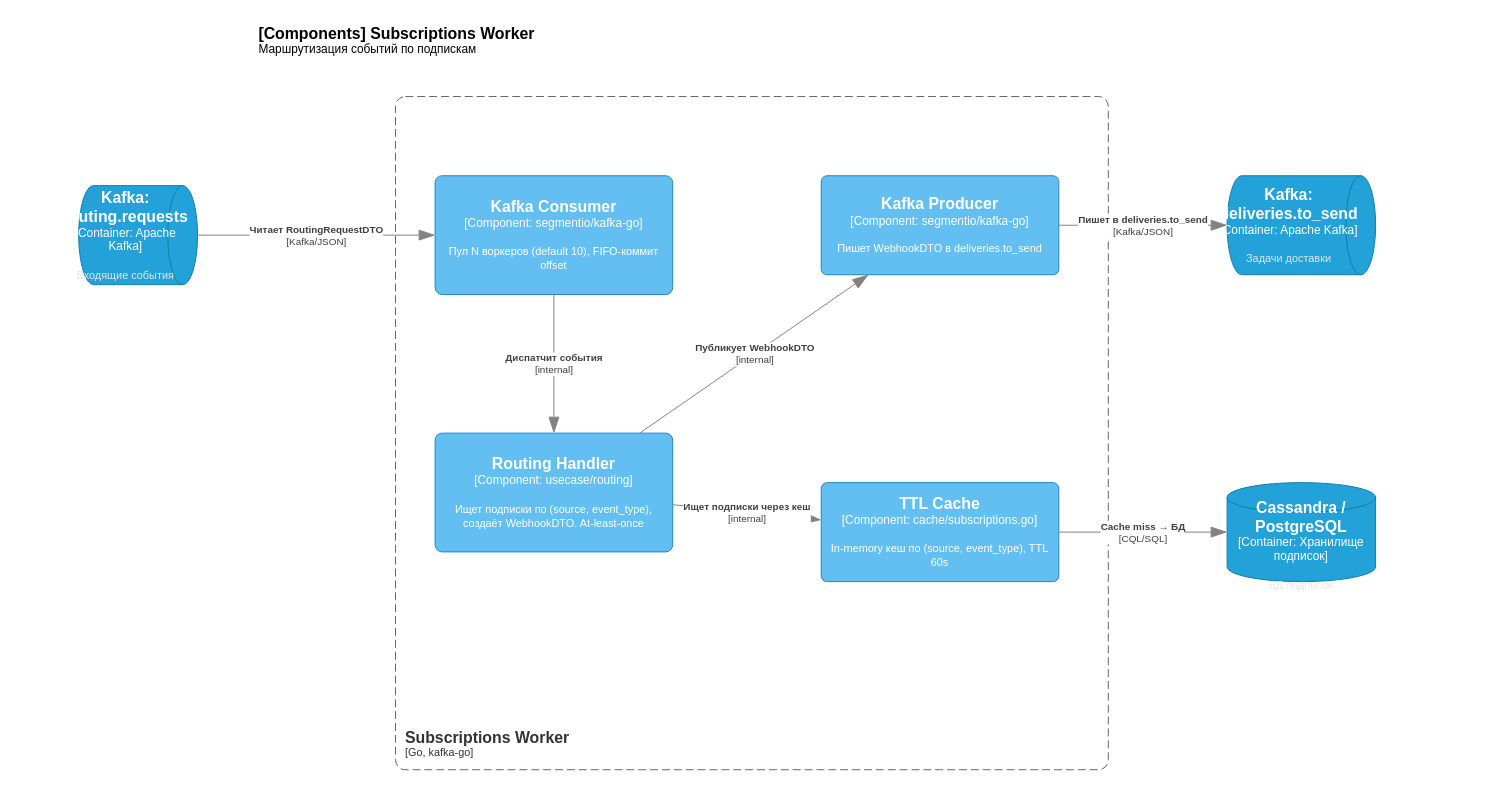
Before: page "Components - Subscriptions Worker" (4 of 5) of docs/resources/c4-arch.drawio in dws-1-2026-green/wiki, a draw.io diagram. Source tidied: cells renumbered, new cells numbered last; positions are measured from the earlier drawing's top-left corner, leaving out a move shared by most shapes. Both pictures are drawn from the tidied source at 99%, with x=0, y=0 at pixel (78, 17).
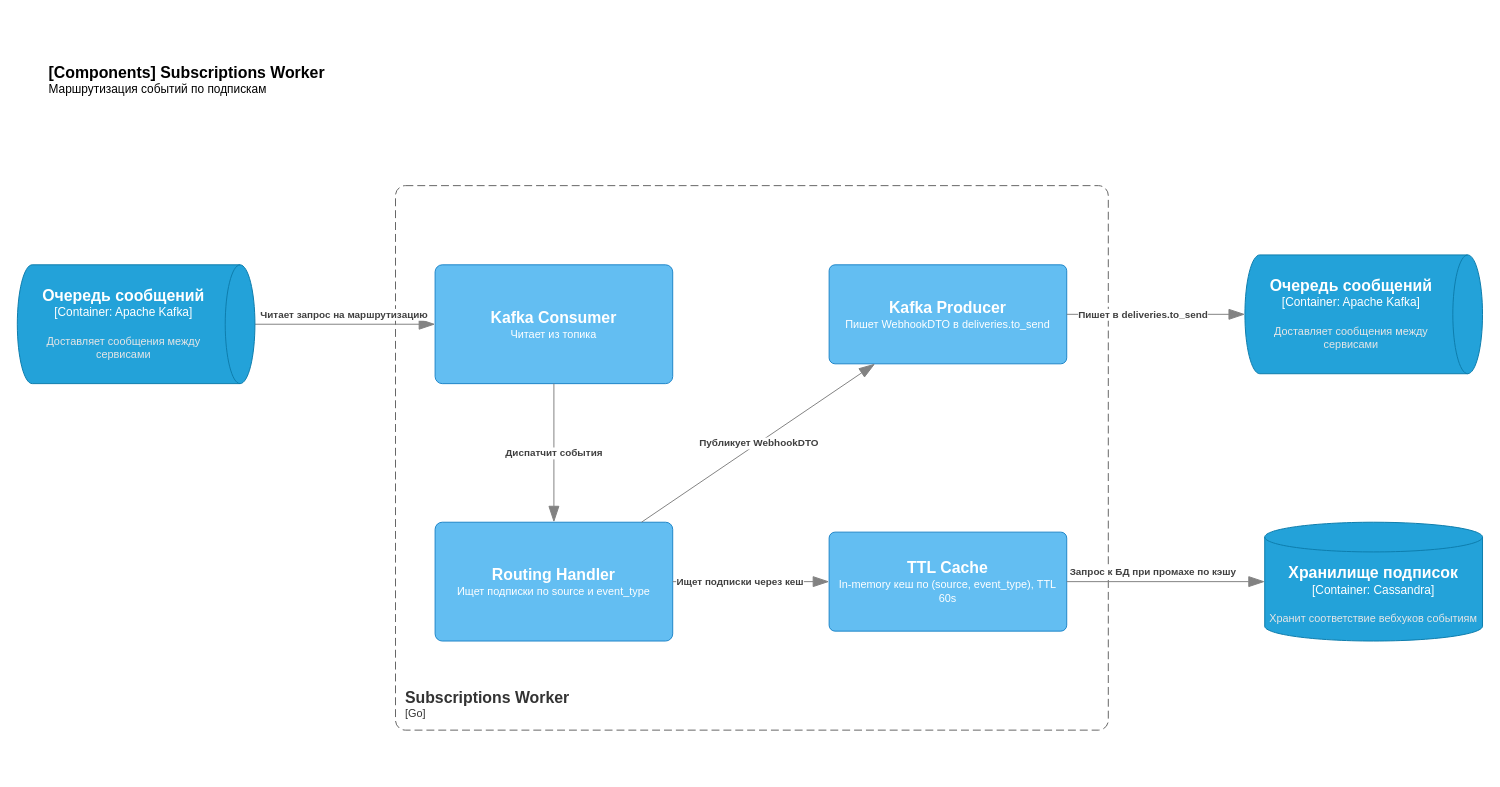
Above is the later version.

The edit, as a diff of the source:
```diff
@@
     <object id="2" label="&lt;font style=&quot;font-size: 16px&quot;&gt;&lt;b&gt;&lt;div style=&quot;text-align: left&quot;&gt;%c4Name%&lt;/div&gt;&lt;/b&gt;&lt;/font&gt;&lt;div style=&quot;text-align: left&quot;&gt;%c4Description%&lt;/div&gt;" c4Description="Маршрутизация событий по подпискам" c4Name="[Components] Subscriptions Worker" placeholders="1">
       <mxCell style="text;html=1;strokeColor=none;fillColor=none;align=left;verticalAlign=top;whiteSpace=wrap;rounded=0;" parent="1" vertex="1">
-        <mxGeometry x="180" width="600" height="60" as="geometry" />
+        <mxGeometry x="-32" y="40" width="600" height="60" as="geometry" />
       </mxCell>
     </object>
-    <object id="3" label="&lt;font style=&quot;font-size: 16px&quot;&gt;&lt;b&gt;&lt;div style=&quot;text-align: left&quot;&gt;%c4Name%&lt;/div&gt;&lt;/b&gt;&lt;/font&gt;&lt;div style=&quot;text-align: left&quot;&gt;[%c4Application%]&lt;/div&gt;" c4Application="Go, kafka-go" c4Name="Subscriptions Worker" placeholders="1">
+    <object id="3" label="&lt;font style=&quot;font-size: 16px&quot;&gt;&lt;b&gt;&lt;div style=&quot;text-align: left&quot;&gt;%c4Name%&lt;/div&gt;&lt;/b&gt;&lt;/font&gt;&lt;div style=&quot;text-align: left&quot;&gt;[%c4Application%]&lt;/div&gt;" c4Application="Go" c4Name="Subscriptions Worker" placeholders="1">
       <mxCell style="rounded=1;fontSize=11;whiteSpace=wrap;html=1;dashed=1;arcSize=20;fillColor=none;strokeColor=#666666;fontColor=#333333;labelBackgroundColor=none;align=left;verticalAlign=bottom;labelBorderColor=none;spacingTop=0;spacing=10;dashPattern=8 4;perimeter=rectanglePerimeter;noLabel=0;labelPadding=0;absoluteArcSize=1;" parent="1" vertex="1">
-        <mxGeometry x="320" y="80" width="720" height="680" as="geometry" />
+        <mxGeometry x="320" y="170" width="720" height="550" as="geometry" />
       </mxCell>
     </object>
-    <object id="4" label="&lt;font style=&quot;font-size: 16px&quot;&gt;&lt;b&gt;%c4Name%&lt;/b&gt;&lt;/font&gt;&lt;div&gt;[%c4Type%: %c4Technology%]&lt;/div&gt;&lt;br&gt;&lt;div&gt;&lt;font style=&quot;font-size: 11px&quot;&gt;&lt;font color=&quot;#E6E6E6&quot;&gt;%c4Description%&lt;/font&gt;&lt;/div&gt;" c4Description="Входящие события" c4Name="Kafka: routing.requests" c4Technology="Apache Kafka" c4Type="Container" placeholders="1">
-      <mxCell style="shape=cylinder3;size=15;direction=south;whiteSpace=wrap;html=1;boundedLbl=1;rounded=0;labelBackgroundColor=none;fillColor=#23A2D9;fontSize=12;fontColor=#ffffff;align=center;strokeColor=#0E7DAD;points=[[0.5,0,0],[1,0.25,0],[1,0.5,0],[1,0.75,0],[0.5,1,0],[0,0.75,0],[0,0.5,0],[0,0.25,0]];" parent="1" vertex="1">
-        <mxGeometry y="170" width="120" height="100" as="geometry" />
-      </mxCell>
-    </object>
-    <object id="5" label="&lt;font style=&quot;font-size: 16px&quot;&gt;&lt;b&gt;%c4Name%&lt;/b&gt;&lt;/font&gt;&lt;div&gt;[%c4Type%: %c4Technology%]&lt;/div&gt;&lt;br&gt;&lt;div&gt;&lt;font style=&quot;font-size: 11px&quot;&gt;&lt;font color=&quot;#E6E6E6&quot;&gt;%c4Description%&lt;/font&gt;&lt;/div&gt;" c4Description="Задачи доставки" c4Name="Kafka: deliveries.to_send" c4Technology="Apache Kafka" c4Type="Container" placeholders="1">
-      <mxCell style="shape=cylinder3;size=15;direction=south;whiteSpace=wrap;html=1;boundedLbl=1;rounded=0;labelBackgroundColor=none;fillColor=#23A2D9;fontSize=12;fontColor=#ffffff;align=center;strokeColor=#0E7DAD;points=[[0.5,0,0],[1,0.25,0],[1,0.5,0],[1,0.75,0],[0.5,1,0],[0,0.75,0],[0,0.5,0],[0,0.25,0]];" parent="1" vertex="1">
-        <mxGeometry x="1160" y="160" width="150" height="100" as="geometry" />
-      </mxCell>
-    </object>
-    <object id="6" label="&lt;font style=&quot;font-size: 16px&quot;&gt;&lt;b&gt;%c4Name%&lt;/b&gt;&lt;/font&gt;&lt;div&gt;[%c4Type%: %c4Technology%]&lt;/div&gt;&lt;br&gt;&lt;div&gt;&lt;font style=&quot;font-size: 11px&quot;&gt;&lt;font color=&quot;#E6E6E6&quot;&gt;%c4Description%&lt;/font&gt;&lt;/div&gt;" c4Description="БД подписок" c4Name="Cassandra / PostgreSQL" c4Technology="Хранилище подписок" c4Type="Container" placeholders="1">
-      <mxCell style="shape=cylinder3;size=15;whiteSpace=wrap;html=1;boundedLbl=1;rounded=0;labelBackgroundColor=none;fillColor=#23A2D9;fontSize=12;fontColor=#ffffff;align=center;strokeColor=#0E7DAD;points=[[0.5,0,0],[1,0.25,0],[1,0.5,0],[1,0.75,0],[0.5,1,0],[0,0.75,0],[0,0.5,0],[0,0.25,0]];" parent="1" vertex="1">
-        <mxGeometry x="1160" y="470" width="150" height="100" as="geometry" />
-      </mxCell>
-    </object>
-    <object id="7" label="&lt;font style=&quot;font-size: 16px&quot;&gt;&lt;b&gt;%c4Name%&lt;/b&gt;&lt;/font&gt;&lt;div&gt;[%c4Type%: %c4Technology%]&lt;/div&gt;&lt;br&gt;&lt;div&gt;&lt;font style=&quot;font-size: 11px&quot;&gt;%c4Description%&lt;/font&gt;&lt;/div&gt;" c4Description="Пул N воркеров (default 10), FIFO-коммит offset" c4Name="Kafka Consumer" c4Technology="segmentio/kafka-go" c4Type="Component" placeholders="1">
+    <object id="7" label="&lt;font style=&quot;font-size: 16px&quot;&gt;&lt;b&gt;%c4Name%&lt;/b&gt;&lt;/font&gt;&lt;br&gt;&lt;div&gt;&lt;font style=&quot;font-size: 11px&quot;&gt;%c4Description%&lt;/font&gt;&lt;/div&gt;" c4Description="Читает из топика" c4Name="Kafka Consumer" placeholders="1">
       <mxCell style="rounded=1;whiteSpace=wrap;html=1;labelBackgroundColor=none;fillColor=#63BEF2;fontColor=#ffffff;align=center;arcSize=6;strokeColor=#2086C9;points=[[0.25,0,0],[0.5,0,0],[0.75,0,0],[1,0.25,0],[1,0.5,0],[1,0.75,0],[0.75,1,0],[0.5,1,0],[0.25,1,0],[0,0.75,0],[0,0.5,0],[0,0.25,0]];" parent="1" vertex="1">
-        <mxGeometry x="360" y="160" width="240" height="120" as="geometry" />
+        <mxGeometry x="360" y="250" width="240" height="120" as="geometry" />
       </mxCell>
     </object>
-    <object id="8" label="&lt;font style=&quot;font-size: 16px&quot;&gt;&lt;b&gt;%c4Name%&lt;/b&gt;&lt;/font&gt;&lt;div&gt;[%c4Type%: %c4Technology%]&lt;/div&gt;&lt;br&gt;&lt;div&gt;&lt;font style=&quot;font-size: 11px&quot;&gt;%c4Description%&lt;/font&gt;&lt;/div&gt;" c4Description="Ищет подписки по (source, event_type), создаёт WebhookDTO. At-least-once" c4Name="Routing Handler" c4Technology="usecase/routing" c4Type="Component" placeholders="1">
+    <object id="8" label="&lt;font style=&quot;font-size: 16px&quot;&gt;&lt;b&gt;%c4Name%&lt;/b&gt;&lt;/font&gt;&lt;br&gt;&lt;div&gt;&lt;font style=&quot;font-size: 11px&quot;&gt;%c4Description%&lt;/font&gt;&lt;/div&gt;" c4Description="Ищет подписки по source и event_type" c4Name="Routing Handler" placeholders="1">
       <mxCell style="rounded=1;whiteSpace=wrap;html=1;labelBackgroundColor=none;fillColor=#63BEF2;fontColor=#ffffff;align=center;arcSize=6;strokeColor=#2086C9;points=[[0.25,0,0],[0.5,0,0],[0.75,0,0],[1,0.25,0],[1,0.5,0],[1,0.75,0],[0.75,1,0],[0.5,1,0],[0.25,1,0],[0,0.75,0],[0,0.5,0],[0,0.25,0]];" parent="1" vertex="1">
-        <mxGeometry x="360" y="420" width="240" height="120" as="geometry" />
+        <mxGeometry x="360" y="510" width="240" height="120" as="geometry" />
       </mxCell>
     </object>
-    <object id="9" label="&lt;font style=&quot;font-size: 16px&quot;&gt;&lt;b&gt;%c4Name%&lt;/b&gt;&lt;/font&gt;&lt;div&gt;[%c4Type%: %c4Technology%]&lt;/div&gt;&lt;br&gt;&lt;div&gt;&lt;font style=&quot;font-size: 11px&quot;&gt;%c4Description%&lt;/font&gt;&lt;/div&gt;" c4Description="In-memory кеш по (source, event_type), TTL 60s" c4Name="TTL Cache" c4Technology="cache/subscriptions.go" c4Type="Component" placeholders="1">
+    <object id="9" label="&lt;font style=&quot;font-size: 16px&quot;&gt;&lt;b&gt;%c4Name%&lt;/b&gt;&lt;/font&gt;&lt;br&gt;&lt;div&gt;&lt;font style=&quot;font-size: 11px&quot;&gt;%c4Description%&lt;/font&gt;&lt;/div&gt;" c4Description="In-memory кеш по (source, event_type), TTL 60s" c4Name="TTL Cache" placeholders="1">
       <mxCell style="rounded=1;whiteSpace=wrap;html=1;labelBackgroundColor=none;fillColor=#63BEF2;fontColor=#ffffff;align=center;arcSize=6;strokeColor=#2086C9;points=[[0.25,0,0],[0.5,0,0],[0.75,0,0],[1,0.25,0],[1,0.5,0],[1,0.75,0],[0.75,1,0],[0.5,1,0],[0.25,1,0],[0,0.75,0],[0,0.5,0],[0,0.25,0]];" parent="1" vertex="1">
-        <mxGeometry x="750" y="470" width="240" height="100" as="geometry" />
+        <mxGeometry x="758" y="520" width="240" height="100" as="geometry" />
       </mxCell>
     </object>
-    <object id="10" label="&lt;font style=&quot;font-size: 16px&quot;&gt;&lt;b&gt;%c4Name%&lt;/b&gt;&lt;/font&gt;&lt;div&gt;[%c4Type%: %c4Technology%]&lt;/div&gt;&lt;br&gt;&lt;div&gt;&lt;font style=&quot;font-size: 11px&quot;&gt;%c4Description%&lt;/font&gt;&lt;/div&gt;" c4Description="Пишет WebhookDTO в deliveries.to_send" c4Name="Kafka Producer" c4Technology="segmentio/kafka-go" c4Type="Component" placeholders="1">
+    <object id="10" label="&lt;font style=&quot;font-size: 16px&quot;&gt;&lt;b&gt;%c4Name%&lt;/b&gt;&lt;/font&gt;&lt;br&gt;&lt;div&gt;&lt;font style=&quot;font-size: 11px&quot;&gt;%c4Description%&lt;/font&gt;&lt;/div&gt;" c4Description="Пишет WebhookDTO в deliveries.to_send" c4Name="Kafka Producer" placeholders="1">
       <mxCell style="rounded=1;whiteSpace=wrap;html=1;labelBackgroundColor=none;fillColor=#63BEF2;fontColor=#ffffff;align=center;arcSize=6;strokeColor=#2086C9;points=[[0.25,0,0],[0.5,0,0],[0.75,0,0],[1,0.25,0],[1,0.5,0],[1,0.75,0],[0.75,1,0],[0.5,1,0],[0.25,1,0],[0,0.75,0],[0,0.5,0],[0,0.25,0]];" parent="1" vertex="1">
-        <mxGeometry x="750" y="160" width="240" height="100" as="geometry" />
+        <mxGeometry x="758" y="250" width="240" height="100" as="geometry" />
       </mxCell>
     </object>
-    <object id="11" label="&lt;div style=&quot;text-align: left&quot;&gt;&lt;div style=&quot;text-align: center&quot;&gt;&lt;b&gt;%c4Description%&lt;/b&gt;&lt;/div&gt;&lt;div style=&quot;text-align: center&quot;&gt;[%c4Technology%]&lt;/div&gt;&lt;/div&gt;" c4Description="Читает RoutingRequestDTO" c4Technology="Kafka/JSON" placeholders="1">
-      <mxCell style="endArrow=blockThin;html=1;fontSize=10;fontColor=#404040;strokeWidth=1;endFill=1;strokeColor=#828282;endSize=14;startSize=14;jumpStyle=arc;jumpSize=16;rounded=0;" parent="1" edge="1" source="4" target="7">
-        <mxGeometry relative="1" as="geometry" />
+    <object id="11" label="&lt;div style=&quot;text-align: left&quot;&gt;&lt;div style=&quot;text-align: center&quot;&gt;&lt;b&gt;%c4Description%&lt;/b&gt;&lt;/div&gt;&lt;/div&gt;" c4Description="Читает запрос на маршрутизацию" placeholders="1">
+      <mxCell style="endArrow=blockThin;html=1;fontSize=10;fontColor=#404040;strokeWidth=1;endFill=1;strokeColor=#828282;endSize=14;startSize=14;jumpStyle=arc;jumpSize=16;rounded=0;exitX=0.5;exitY=0;exitDx=0;exitDy=0;exitPerimeter=0;" parent="1" edge="1" source="17" target="7">
+        <mxGeometry x="-0.01" y="10" relative="1" as="geometry" />
       </mxCell>
     </object>
-    <object id="12" label="&lt;div style=&quot;text-align: left&quot;&gt;&lt;div style=&quot;text-align: center&quot;&gt;&lt;b&gt;%c4Description%&lt;/b&gt;&lt;/div&gt;&lt;div style=&quot;text-align: center&quot;&gt;[%c4Technology%]&lt;/div&gt;&lt;/div&gt;" c4Description="Диспатчит события" c4Technology="internal" placeholders="1">
+    <object id="12" label="&lt;div style=&quot;text-align: left&quot;&gt;&lt;div style=&quot;text-align: center&quot;&gt;&lt;b&gt;%c4Description%&lt;/b&gt;&lt;/div&gt;&lt;/div&gt;" c4Description="Диспатчит события" placeholders="1">
       <mxCell style="endArrow=blockThin;html=1;fontSize=10;fontColor=#404040;strokeWidth=1;endFill=1;strokeColor=#828282;endSize=14;startSize=14;jumpStyle=arc;jumpSize=16;rounded=0;" parent="1" edge="1" source="7" target="8">
         <mxGeometry relative="1" as="geometry" />
       </mxCell>
     </object>
-    <object id="13" label="&lt;div style=&quot;text-align: left&quot;&gt;&lt;div style=&quot;text-align: center&quot;&gt;&lt;b&gt;%c4Description%&lt;/b&gt;&lt;/div&gt;&lt;div style=&quot;text-align: center&quot;&gt;[%c4Technology%]&lt;/div&gt;&lt;/div&gt;" c4Description="Ищет подписки через кеш" c4Technology="internal" placeholders="1">
+    <object id="13" label="&lt;div style=&quot;text-align: left&quot;&gt;&lt;div style=&quot;text-align: center&quot;&gt;&lt;b&gt;%c4Description%&lt;/b&gt;&lt;/div&gt;&lt;/div&gt;" c4Description="Ищет подписки через кеш" placeholders="1">
       <mxCell style="endArrow=blockThin;html=1;fontSize=10;fontColor=#404040;strokeWidth=1;endFill=1;strokeColor=#828282;endSize=14;startSize=14;jumpStyle=arc;jumpSize=16;rounded=0;" parent="1" edge="1" source="8" target="9">
-        <mxGeometry relative="1" as="geometry" />
+        <mxGeometry x="-0.14" relative="1" as="geometry" />
       </mxCell>
     </object>
-    <object id="14" label="&lt;div style=&quot;text-align: left&quot;&gt;&lt;div style=&quot;text-align: center&quot;&gt;&lt;b&gt;%c4Description%&lt;/b&gt;&lt;/div&gt;&lt;div style=&quot;text-align: center&quot;&gt;[%c4Technology%]&lt;/div&gt;&lt;/div&gt;" c4Description="Публикует WebhookDTO" c4Technology="internal" placeholders="1">
+    <object id="14" label="&lt;div style=&quot;text-align: left&quot;&gt;&lt;div style=&quot;text-align: center&quot;&gt;&lt;b&gt;%c4Description%&lt;/b&gt;&lt;/div&gt;&lt;/div&gt;" c4Description="Публикует WebhookDTO" placeholders="1">
       <mxCell style="endArrow=blockThin;html=1;fontSize=10;fontColor=#404040;strokeWidth=1;endFill=1;strokeColor=#828282;endSize=14;startSize=14;jumpStyle=arc;jumpSize=16;rounded=0;" parent="1" edge="1" source="8" target="10">
         <mxGeometry relative="1" as="geometry" />
       </mxCell>
     </object>
-    <object id="15" label="&lt;div style=&quot;text-align: left&quot;&gt;&lt;div style=&quot;text-align: center&quot;&gt;&lt;b&gt;%c4Description%&lt;/b&gt;&lt;/div&gt;&lt;div style=&quot;text-align: center&quot;&gt;[%c4Technology%]&lt;/div&gt;&lt;/div&gt;" c4Description="Пишет в deliveries.to_send" c4Technology="Kafka/JSON" placeholders="1">
-      <mxCell style="endArrow=blockThin;html=1;fontSize=10;fontColor=#404040;strokeWidth=1;endFill=1;strokeColor=#828282;endSize=14;startSize=14;jumpStyle=arc;jumpSize=16;rounded=0;" parent="1" edge="1" source="10" target="5">
-        <mxGeometry relative="1" as="geometry" />
+    <object id="15" label="&lt;div style=&quot;text-align: left&quot;&gt;&lt;div style=&quot;text-align: center&quot;&gt;&lt;b&gt;%c4Description%&lt;/b&gt;&lt;/div&gt;&lt;/div&gt;" c4Description="Пишет в deliveries.to_send" placeholders="1">
+      <mxCell style="endArrow=blockThin;html=1;fontSize=10;fontColor=#404040;strokeWidth=1;endFill=1;strokeColor=#828282;endSize=14;startSize=14;jumpStyle=arc;jumpSize=16;rounded=0;entryX=0.5;entryY=1;entryDx=0;entryDy=0;entryPerimeter=0;" parent="1" edge="1" source="10" target="18">
+        <mxGeometry x="-0.14" relative="1" as="geometry" />
       </mxCell>
     </object>
-    <object id="16" label="&lt;div style=&quot;text-align: left&quot;&gt;&lt;div style=&quot;text-align: center&quot;&gt;&lt;b&gt;%c4Description%&lt;/b&gt;&lt;/div&gt;&lt;div style=&quot;text-align: center&quot;&gt;[%c4Technology%]&lt;/div&gt;&lt;/div&gt;" c4Description="Cache miss → БД" c4Technology="CQL/SQL" placeholders="1">
+    <object id="16" label="&lt;div style=&quot;text-align: left&quot;&gt;&lt;div style=&quot;text-align: center&quot;&gt;&lt;b&gt;%c4Description%&lt;/b&gt;&lt;/div&gt;&lt;/div&gt;" c4Description="Запрос к БД при промахе по кэшу" placeholders="1">
       <mxCell style="endArrow=blockThin;html=1;fontSize=10;fontColor=#404040;strokeWidth=1;endFill=1;strokeColor=#828282;endSize=14;startSize=14;jumpStyle=arc;jumpSize=16;rounded=0;" parent="1" edge="1" source="9" target="6">
-        <mxGeometry relative="1" as="geometry" />
+        <mxGeometry x="-0.13" y="10" relative="1" as="geometry" />
       </mxCell>
     </object>
+    <object id="17" label="&lt;font style=&quot;font-size: 16px&quot;&gt;&lt;b&gt;%c4Name%&lt;/b&gt;&lt;/font&gt;&lt;div&gt;[%c4Type%: %c4Technology%]&lt;/div&gt;&lt;br&gt;&lt;div&gt;&lt;font style=&quot;font-size: 11px&quot;&gt;&lt;font color=&quot;#E6E6E6&quot;&gt;%c4Description%&lt;/font&gt;&lt;/div&gt;" c4Description="Доставляет сообщения между сервисами" c4Name="Очередь сообщений" c4Technology="Apache Kafka" c4Type="Container" placeholders="1">
+      <mxCell style="shape=cylinder3;size=15;direction=south;whiteSpace=wrap;html=1;boundedLbl=1;rounded=0;labelBackgroundColor=none;fillColor=#23A2D9;fontSize=12;fontColor=#ffffff;align=center;strokeColor=#0E7DAD;points=[[0.5,0,0],[1,0.25,0],[1,0.5,0],[1,0.75,0],[0.5,1,0],[0,0.75,0],[0,0.5,0],[0,0.25,0]];" parent="1" vertex="1">
+        <mxGeometry x="-62" y="250" width="240" height="120" as="geometry" />
+      </mxCell>
+    </object>
+    <object id="18" label="&lt;font style=&quot;font-size: 16px&quot;&gt;&lt;b&gt;%c4Name%&lt;/b&gt;&lt;/font&gt;&lt;div&gt;[%c4Type%: %c4Technology%]&lt;/div&gt;&lt;br&gt;&lt;div&gt;&lt;font style=&quot;font-size: 11px&quot;&gt;&lt;font color=&quot;#E6E6E6&quot;&gt;%c4Description%&lt;/font&gt;&lt;/div&gt;" c4Description="Доставляет сообщения между сервисами" c4Name="Очередь сообщений" c4Technology="Apache Kafka" c4Type="Container" placeholders="1">
+      <mxCell style="shape=cylinder3;size=15;direction=south;whiteSpace=wrap;html=1;boundedLbl=1;rounded=0;labelBackgroundColor=none;fillColor=#23A2D9;fontSize=12;fontColor=#ffffff;align=center;strokeColor=#0E7DAD;points=[[0.5,0,0],[1,0.25,0],[1,0.5,0],[1,0.75,0],[0.5,1,0],[0,0.75,0],[0,0.5,0],[0,0.25,0]];" parent="1" vertex="1">
+        <mxGeometry x="1178" y="240" width="240" height="120" as="geometry" />
+      </mxCell>
+    </object>
+    <object id="6" label="&lt;font style=&quot;font-size: 16px&quot;&gt;&lt;b&gt;%c4Name%&lt;/b&gt;&lt;/font&gt;&lt;div&gt;[%c4Type%: %c4Technology%]&lt;/div&gt;&lt;br&gt;&lt;div&gt;&lt;font style=&quot;font-size: 11px&quot;&gt;&lt;font color=&quot;#E6E6E6&quot;&gt;%c4Description%&lt;/font&gt;&lt;/div&gt;" c4Description="Хранит соответствие вебхуков событиям" c4Name="Хранилище подписок" c4Technology="Cassandra" c4Type="Container" placeholders="1">
+      <mxCell style="shape=cylinder3;size=15;whiteSpace=wrap;html=1;boundedLbl=1;rounded=0;labelBackgroundColor=none;fillColor=#23A2D9;fontSize=12;fontColor=#ffffff;align=center;strokeColor=#0E7DAD;points=[[0.5,0,0],[1,0.25,0],[1,0.5,0],[1,0.75,0],[0.5,1,0],[0,0.75,0],[0,0.5,0],[0,0.25,0]];" parent="1" vertex="1">
+        <mxGeometry x="1198" y="510" width="220" height="120" as="geometry" />
+      </mxCell>
+    </object>
```
